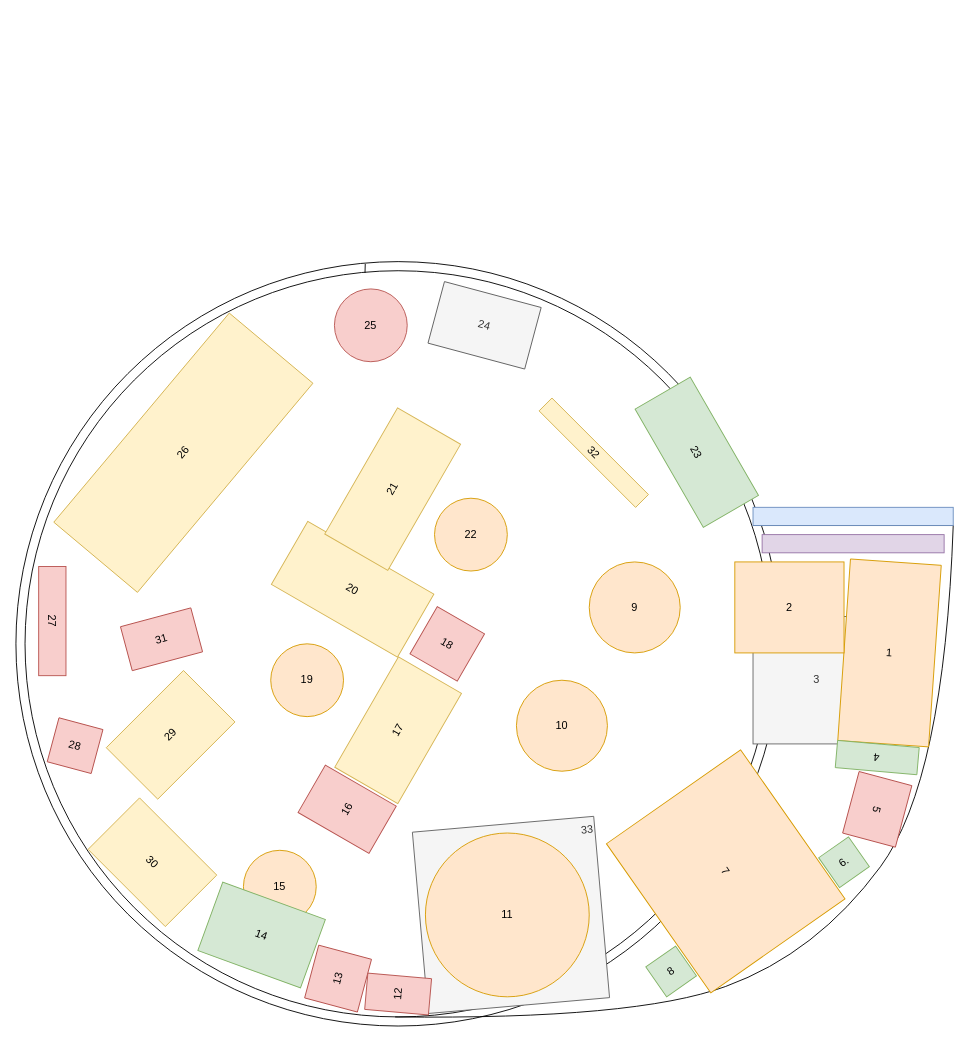
The draw.io diagram room/roomplan.drawio in SamuelNoesslboeck/workshop, before the edit. Source tidied: cells renumbered, new cells numbered last; positions are measured from the earlier drawing's top-left corner, leaving out a move shared by most shapes. Both pictures are drawn from the tidied source at 91%, with x=0, y=0 at pixel (-3, 261).
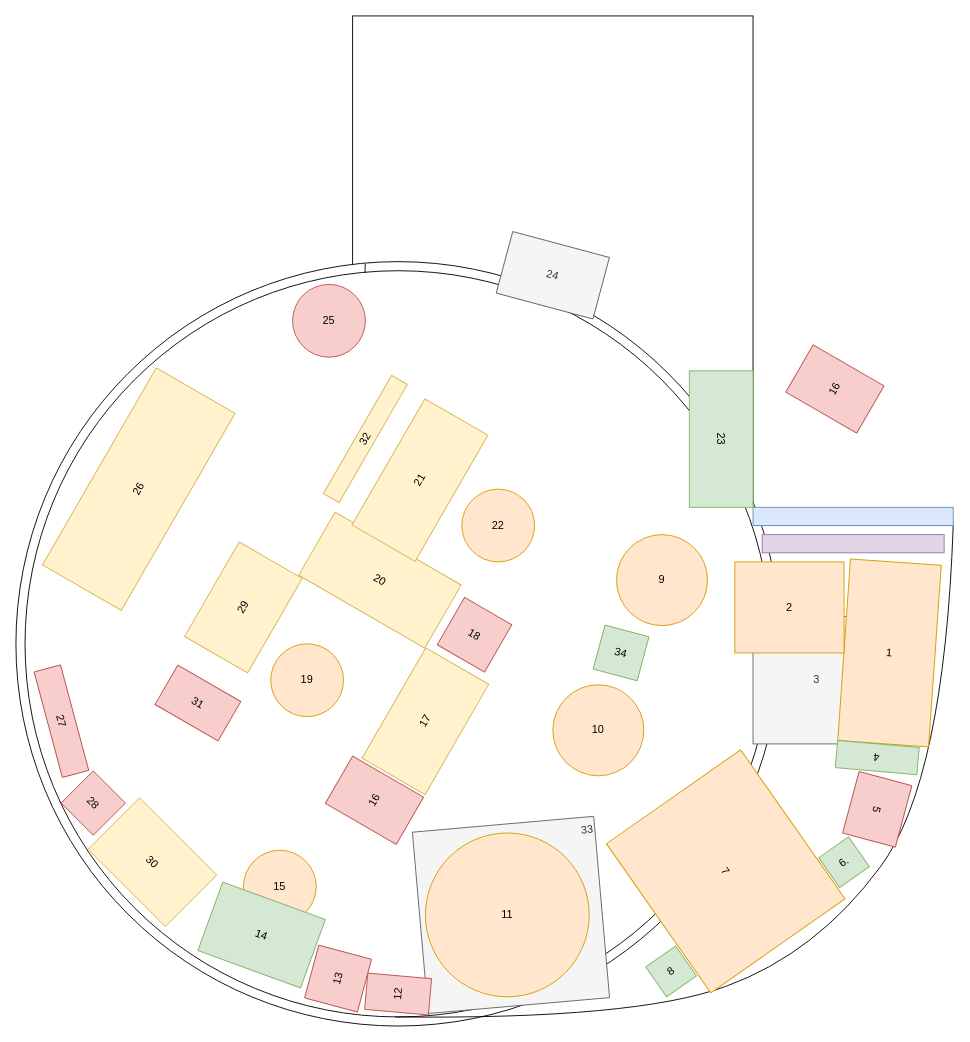
The same page after the edit.

Diff of the diagram source:
```diff
@@
+    <mxCell id="42" style="rounded=0;whiteSpace=wrap;html=1;" parent="1" vertex="1">
+      <mxGeometry x="390" y="-270" width="440" height="560" as="geometry" />
+    </mxCell>
@@
     <mxCell id="8" value="20" style="rounded=0;whiteSpace=wrap;html=1;rotation=30;fillColor=#fff2cc;strokeColor=#d6b656;" parent="1" vertex="1">
-      <mxGeometry x="310" y="320" width="160" height="80" as="geometry" />
+      <mxGeometry x="340" y="310" width="160" height="80" as="geometry" />
     </mxCell>
@@
     <mxCell id="11" value="9" style="ellipse;whiteSpace=wrap;html=1;fillColor=#ffe6cc;strokeColor=#d79b00;" parent="1" vertex="1">
-      <mxGeometry x="650" y="330" width="100" height="100" as="geometry" />
+      <mxGeometry x="680" y="300" width="100" height="100" as="geometry" />
     </mxCell>
-    <mxCell id="12" value="23" style="rounded=0;whiteSpace=wrap;html=1;rotation=60;fillColor=#d5e8d4;strokeColor=#82b366;" parent="1" vertex="1">
-      <mxGeometry x="693.2" y="174.5" width="150" height="70" as="geometry" />
+    <mxCell id="12" value="23" style="rounded=0;whiteSpace=wrap;html=1;rotation=90;fillColor=#d5e8d4;strokeColor=#82b366;" parent="1" vertex="1">
+      <mxGeometry x="720" y="160" width="150" height="70" as="geometry" />
     </mxCell>
     <mxCell id="13" value="10" style="ellipse;whiteSpace=wrap;html=1;fillColor=#ffe6cc;strokeColor=#d79b00;" parent="1" vertex="1">
-      <mxGeometry x="570" y="460" width="100" height="100" as="geometry" />
+      <mxGeometry x="610" y="465" width="100" height="100" as="geometry" />
     </mxCell>
@@
     <mxCell id="20" value="16" style="rounded=0;whiteSpace=wrap;html=1;rotation=-60;fillColor=#f8cecc;strokeColor=#b85450;" parent="1" vertex="1">
-      <mxGeometry x="354" y="556.9" width="60" height="90" as="geometry" />
+      <mxGeometry x="384" y="546.9" width="60" height="90" as="geometry" />
     </mxCell>
@@
-    <mxCell id="26" value="26" style="rounded=0;whiteSpace=wrap;html=1;rotation=310;fillColor=#fff2cc;strokeColor=#d6b656;" parent="1" vertex="1">
-      <mxGeometry x="54" y="150" width="300" height="120" as="geometry" />
+    <mxCell id="26" value="26" style="rounded=0;whiteSpace=wrap;html=1;rotation=-60;fillColor=#fff2cc;strokeColor=#d6b656;" parent="1" vertex="1">
+      <mxGeometry x="30" y="200" width="250" height="100" as="geometry" />
     </mxCell>
-    <mxCell id="27" value="27" style="rounded=0;whiteSpace=wrap;html=1;rotation=90;fillColor=#f8cecc;strokeColor=#b85450;" parent="1" vertex="1">
-      <mxGeometry y="380" width="120" height="30" as="geometry" />
+    <mxCell id="27" value="27" style="rounded=0;whiteSpace=wrap;html=1;rotation=75;fillColor=#f8cecc;strokeColor=#b85450;" parent="1" vertex="1">
+      <mxGeometry x="10" y="490" width="120" height="30" as="geometry" />
     </mxCell>
-    <mxCell id="28" value="28" style="rounded=0;whiteSpace=wrap;html=1;rotation=15;fillColor=#f8cecc;strokeColor=#b85450;" parent="1" vertex="1">
-      <mxGeometry x="60" y="506.9" width="50" height="50" as="geometry" />
+    <mxCell id="28" value="28" style="rounded=0;whiteSpace=wrap;html=1;rotation=45;fillColor=#f8cecc;strokeColor=#b85450;" parent="1" vertex="1">
+      <mxGeometry x="80" y="570" width="50" height="50" as="geometry" />
     </mxCell>
     <mxCell id="29" value="17" style="rounded=0;whiteSpace=wrap;html=1;rotation=300;fillColor=#fff2cc;strokeColor=#d6b656;" parent="1" vertex="1">
-      <mxGeometry x="370" y="475" width="140" height="80" as="geometry" />
+      <mxGeometry x="400" y="465" width="140" height="80" as="geometry" />
     </mxCell>
     <mxCell id="30" value="18" style="rounded=0;whiteSpace=wrap;html=1;rotation=30;fillColor=#f8cecc;strokeColor=#b85450;" parent="1" vertex="1">
-      <mxGeometry x="464" y="390" width="60" height="60" as="geometry" />
+      <mxGeometry x="494" y="380" width="60" height="60" as="geometry" />
     </mxCell>
     <mxCell id="31" value="21" style="rounded=0;whiteSpace=wrap;html=1;rotation=300;fillColor=#fff2cc;strokeColor=#d6b656;" parent="1" vertex="1">
-      <mxGeometry x="354" y="210" width="160" height="80" as="geometry" />
+      <mxGeometry x="384" y="200" width="160" height="80" as="geometry" />
     </mxCell>
@@
     <mxCell id="33" value="22" style="ellipse;whiteSpace=wrap;html=1;fillColor=#ffe6cc;strokeColor=#d79b00;" parent="1" vertex="1">
-      <mxGeometry x="480" y="260" width="80" height="80" as="geometry" />
+      <mxGeometry x="510" y="250" width="80" height="80" as="geometry" />
     </mxCell>
@@
     <mxCell id="36" value="25" style="ellipse;whiteSpace=wrap;html=1;fillColor=#f8cecc;strokeColor=#b85450;" parent="1" vertex="1">
-      <mxGeometry x="370" y="30" width="80" height="80" as="geometry" />
+      <mxGeometry x="324" y="25" width="80" height="80" as="geometry" />
     </mxCell>
     <mxCell id="37" value="24" style="rounded=0;whiteSpace=wrap;html=1;fillColor=#f5f5f5;strokeColor=#666666;fontColor=#333333;rotation=15;" parent="1" vertex="1">
-      <mxGeometry x="480" y="35" width="110" height="70" as="geometry" />
+      <mxGeometry x="555" y="-20" width="110" height="70" as="geometry" />
     </mxCell>
@@
-    <mxCell id="39" value="29" style="rounded=0;whiteSpace=wrap;html=1;rotation=315;fillColor=#fff2cc;strokeColor=#d6b656;" parent="1" vertex="1">
-      <mxGeometry x="130" y="480" width="120" height="80" as="geometry" />
+    <mxCell id="39" value="29" style="rounded=0;whiteSpace=wrap;html=1;rotation=-60;fillColor=#fff2cc;strokeColor=#d6b656;" parent="1" vertex="1">
+      <mxGeometry x="210" y="340" width="120" height="80" as="geometry" />
     </mxCell>
-    <mxCell id="40" value="31" style="rounded=0;whiteSpace=wrap;html=1;rotation=-15;fillColor=#f8cecc;strokeColor=#b85450;" parent="1" vertex="1">
-      <mxGeometry x="140" y="390" width="80" height="50" as="geometry" />
+    <mxCell id="40" value="31" style="rounded=0;whiteSpace=wrap;html=1;rotation=30;fillColor=#f8cecc;strokeColor=#b85450;" parent="1" vertex="1">
+      <mxGeometry x="180" y="460" width="80" height="50" as="geometry" />
     </mxCell>
-    <mxCell id="41" value="32" style="rounded=0;whiteSpace=wrap;html=1;rotation=45;fillColor=#fff2cc;strokeColor=#d6b656;" parent="1" vertex="1">
-      <mxGeometry x="580" y="200" width="150" height="20" as="geometry" />
+    <mxCell id="41" value="32" style="rounded=0;whiteSpace=wrap;html=1;rotation=-60;fillColor=#fff2cc;strokeColor=#d6b656;" parent="1" vertex="1">
+      <mxGeometry x="329" y="185" width="150" height="20" as="geometry" />
     </mxCell>
+    <mxCell id="43" value="34" style="rounded=0;whiteSpace=wrap;html=1;rotation=15;fillColor=#d5e8d4;strokeColor=#82b366;" parent="1" vertex="1">
+      <mxGeometry x="660" y="405" width="50" height="50" as="geometry" />
+    </mxCell>
+    <mxCell id="44" value="16" style="rounded=0;whiteSpace=wrap;html=1;rotation=-60;fillColor=#f8cecc;strokeColor=#b85450;" parent="1" vertex="1">
+      <mxGeometry x="890" y="95" width="60" height="90" as="geometry" />
+    </mxCell>
```
